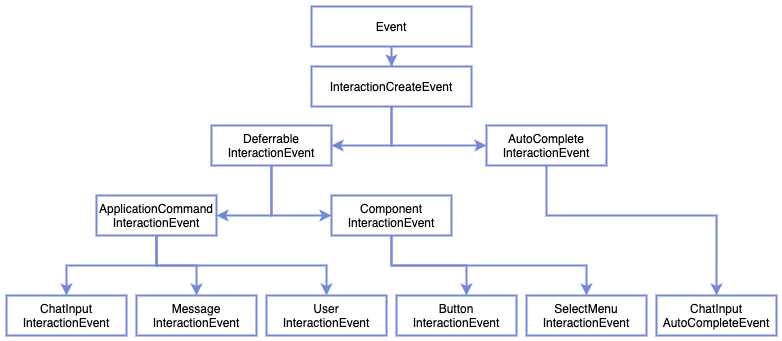
Before: core/src/main/java/discord4j/core/event/domain/interaction/doc-files/InteractionCreateEvent.png, a diagram exported from draw.io (Discord4J/Discord4J). Source tidied: cells renumbered, new cells last; positions are measured from the earlier drawing's top-left corner, leaving out a move shared by most shapes.
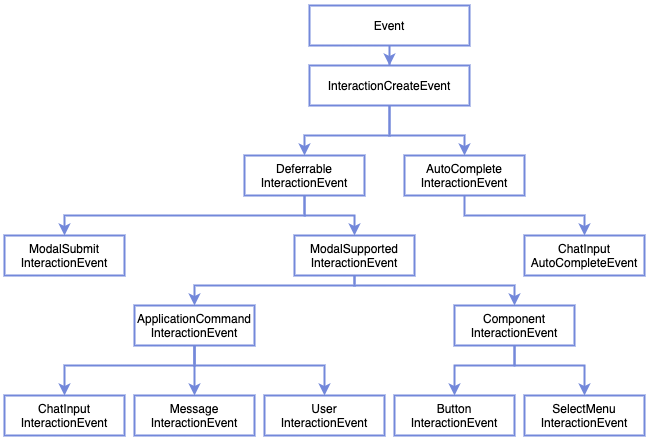
Above is the later version.

Commit message:
Implement modal interaction support

Change to the diagram source:
```diff
@@ -6,93 +6,126 @@
       <mxGeometry relative="1" as="geometry" />
     </mxCell>
     <mxCell id="3" value="Event" style="rounded=0;whiteSpace=wrap;html=1;strokeColor=#7388DA;strokeWidth=2;" parent="1" vertex="1">
-      <mxGeometry x="305" width="160" height="40" as="geometry" />
+      <mxGeometry x="305" y="-11" width="160" height="40" as="geometry" />
     </mxCell>
-    <mxCell id="4" style="edgeStyle=orthogonalEdgeStyle;rounded=0;jettySize=auto;html=1;entryX=1;entryY=0.5;entryDx=0;entryDy=0;strokeColor=#7388DA;strokeWidth=2;" parent="1" edge="1" source="6" target="9">
+    <mxCell id="4" style="edgeStyle=orthogonalEdgeStyle;rounded=0;jettySize=auto;html=1;entryX=0.5;entryY=0;entryDx=0;entryDy=0;strokeColor=#7388DA;strokeWidth=2;" parent="1" edge="1" source="6" target="9">
       <mxGeometry relative="1" as="geometry">
         <Array as="points">
-          <mxPoint x="385" y="139" />
+          <mxPoint x="385" y="119" />
+          <mxPoint x="300" y="119" />
         </Array>
       </mxGeometry>
     </mxCell>
-    <mxCell id="5" style="edgeStyle=orthogonalEdgeStyle;rounded=0;jettySize=auto;html=1;entryX=0;entryY=0.5;entryDx=0;entryDy=0;strokeColor=#7388DA;strokeWidth=2;" parent="1" edge="1" source="6" target="11">
+    <mxCell id="5" style="edgeStyle=orthogonalEdgeStyle;rounded=0;jettySize=auto;html=1;entryX=0.5;entryY=0;entryDx=0;entryDy=0;strokeColor=#7388DA;strokeWidth=2;" parent="1" edge="1" source="6" target="11">
       <mxGeometry relative="1" as="geometry">
         <Array as="points">
-          <mxPoint x="385" y="139" />
+          <mxPoint x="385" y="119" />
+          <mxPoint x="460" y="119" />
         </Array>
       </mxGeometry>
     </mxCell>
     <mxCell id="6" value="InteractionCreateEvent" style="rounded=0;whiteSpace=wrap;html=1;strokeColor=#7388DA;strokeWidth=2;" parent="1" vertex="1">
-      <mxGeometry x="305" y="60" width="160" height="40" as="geometry" />
+      <mxGeometry x="305" y="49" width="160" height="40" as="geometry" />
     </mxCell>
-    <mxCell id="7" style="edgeStyle=orthogonalEdgeStyle;rounded=0;jettySize=auto;html=1;entryX=0;entryY=0.5;entryDx=0;entryDy=0;strokeColor=#7388DA;strokeWidth=2;" parent="1" edge="1" source="9" target="21">
-      <mxGeometry relative="1" as="geometry" />
-    </mxCell>
-    <mxCell id="8" style="edgeStyle=orthogonalEdgeStyle;rounded=0;jettySize=auto;html=1;entryX=1;entryY=0.5;entryDx=0;entryDy=0;strokeColor=#7388DA;strokeWidth=2;" parent="1" edge="1" source="9" target="15">
-      <mxGeometry relative="1" as="geometry" />
-    </mxCell>
+    <mxCell id="25" style="edgeStyle=orthogonalEdgeStyle;rounded=0;jettySize=auto;html=1;strokeColor=#7388DA;strokeWidth=2;" parent="1" edge="1" source="9" target="27">
+      <mxGeometry relative="1" as="geometry">
+        <Array as="points">
+          <mxPoint x="300" y="199" />
+        </Array>
+      </mxGeometry>
+    </mxCell>
+    <mxCell id="26" style="edgeStyle=orthogonalEdgeStyle;rounded=0;jettySize=auto;html=1;entryX=0.5;entryY=0;entryDx=0;entryDy=0;strokeColor=#7388DA;strokeWidth=2;" parent="1" edge="1" source="9" target="30">
+      <mxGeometry relative="1" as="geometry" />
+    </mxCell>
     <mxCell id="9" value="Deferrable&lt;br&gt;InteractionEvent" style="rounded=0;whiteSpace=wrap;html=1;strokeColor=#7388DA;strokeWidth=2;" parent="1" vertex="1">
-      <mxGeometry x="205" y="119" width="120" height="40" as="geometry" />
+      <mxGeometry x="240" y="139" width="120" height="40" as="geometry" />
     </mxCell>
     <mxCell id="10" style="edgeStyle=orthogonalEdgeStyle;rounded=0;jettySize=auto;html=1;entryX=0.5;entryY=0;entryDx=0;entryDy=0;strokeColor=#7388DA;strokeWidth=2;" parent="1" edge="1" source="11" target="24">
-      <mxGeometry relative="1" as="geometry">
-        <Array as="points">
-          <mxPoint x="540" y="209" />
-          <mxPoint x="710" y="209" />
-        </Array>
-      </mxGeometry>
+      <mxGeometry relative="1" as="geometry" />
     </mxCell>
     <mxCell id="11" value="AutoComplete&lt;br&gt;InteractionEvent" style="rounded=0;whiteSpace=wrap;html=1;strokeColor=#7388DA;strokeWidth=2;" parent="1" vertex="1">
-      <mxGeometry x="480" y="119" width="120" height="40" as="geometry" />
+      <mxGeometry x="400" y="139" width="120" height="40" as="geometry" />
     </mxCell>
+    <mxCell id="13" style="edgeStyle=orthogonalEdgeStyle;rounded=0;jettySize=auto;html=1;entryX=0.5;entryY=0;entryDx=0;entryDy=0;strokeColor=#7388DA;strokeWidth=2;" parent="1" edge="1" source="15" target="17">
+      <mxGeometry relative="1" as="geometry" />
+    </mxCell>
     <mxCell id="12" style="edgeStyle=orthogonalEdgeStyle;rounded=0;jettySize=auto;html=1;entryX=0.5;entryY=0;entryDx=0;entryDy=0;strokeColor=#7388DA;strokeWidth=2;" parent="1" edge="1" source="15" target="16">
-      <mxGeometry relative="1" as="geometry" />
+      <mxGeometry relative="1" as="geometry">
+        <Array as="points">
+          <mxPoint x="190" y="349" />
+          <mxPoint x="60" y="349" />
+        </Array>
+      </mxGeometry>
     </mxCell>
-    <mxCell id="13" style="edgeStyle=orthogonalEdgeStyle;rounded=0;jettySize=auto;html=1;entryX=0.5;entryY=0;entryDx=0;entryDy=0;strokeColor=#7388DA;strokeWidth=2;" parent="1" edge="1" source="15" target="17">
-      <mxGeometry relative="1" as="geometry" />
-    </mxCell>
     <mxCell id="14" style="edgeStyle=orthogonalEdgeStyle;rounded=0;jettySize=auto;html=1;entryX=0.5;entryY=0;entryDx=0;entryDy=0;strokeColor=#7388DA;strokeWidth=2;" parent="1" edge="1" source="15" target="18">
       <mxGeometry relative="1" as="geometry">
         <Array as="points">
-          <mxPoint x="150" y="259" />
-          <mxPoint x="320" y="259" />
+          <mxPoint x="190" y="349" />
+          <mxPoint x="320" y="349" />
         </Array>
       </mxGeometry>
     </mxCell>
     <mxCell id="15" value="ApplicationCommand&lt;br&gt;InteractionEvent" style="rounded=0;whiteSpace=wrap;html=1;strokeColor=#7388DA;strokeWidth=2;" parent="1" vertex="1">
-      <mxGeometry x="90" y="189" width="120" height="40" as="geometry" />
+      <mxGeometry x="130" y="289" width="120" height="40" as="geometry" />
     </mxCell>
     <mxCell id="16" value="ChatInput&lt;br&gt;InteractionEvent" style="rounded=0;whiteSpace=wrap;html=1;strokeColor=#7388DA;strokeWidth=2;" parent="1" vertex="1">
-      <mxGeometry y="289" width="120" height="40" as="geometry" />
+      <mxGeometry y="379" width="120" height="40" as="geometry" />
     </mxCell>
     <mxCell id="17" value="Message&lt;br&gt;InteractionEvent" style="rounded=0;whiteSpace=wrap;html=1;strokeColor=#7388DA;strokeWidth=2;" parent="1" vertex="1">
-      <mxGeometry x="130" y="289" width="120" height="40" as="geometry" />
+      <mxGeometry x="130" y="379" width="120" height="40" as="geometry" />
     </mxCell>
     <mxCell id="18" value="User&lt;br&gt;InteractionEvent" style="rounded=0;whiteSpace=wrap;html=1;strokeColor=#7388DA;strokeWidth=2;" parent="1" vertex="1">
-      <mxGeometry x="260" y="289" width="120" height="40" as="geometry" />
+      <mxGeometry x="260" y="379" width="120" height="40" as="geometry" />
     </mxCell>
-    <mxCell id="19" style="edgeStyle=orthogonalEdgeStyle;rounded=0;jettySize=auto;html=1;entryX=0.583;entryY=0;entryDx=0;entryDy=0;entryPerimeter=0;strokeColor=#7388DA;strokeWidth=2;" parent="1" edge="1" source="21" target="22">
-      <mxGeometry relative="1" as="geometry" />
+    <mxCell id="19" style="edgeStyle=orthogonalEdgeStyle;rounded=0;jettySize=auto;html=1;entryX=0.5;entryY=0;entryDx=0;entryDy=0;strokeColor=#7388DA;strokeWidth=2;" parent="1" edge="1" source="21" target="22">
+      <mxGeometry relative="1" as="geometry">
+        <Array as="points">
+          <mxPoint x="510" y="349" />
+          <mxPoint x="450" y="349" />
+        </Array>
+      </mxGeometry>
     </mxCell>
     <mxCell id="20" style="edgeStyle=orthogonalEdgeStyle;rounded=0;jettySize=auto;html=1;entryX=0.5;entryY=0;entryDx=0;entryDy=0;strokeColor=#7388DA;strokeWidth=2;" parent="1" edge="1" source="21" target="23">
       <mxGeometry relative="1" as="geometry">
         <Array as="points">
-          <mxPoint x="385" y="259" />
-          <mxPoint x="580" y="259" />
+          <mxPoint x="510" y="349" />
+          <mxPoint x="580" y="349" />
         </Array>
       </mxGeometry>
     </mxCell>
     <mxCell id="21" value="Component&lt;br&gt;InteractionEvent" style="rounded=0;whiteSpace=wrap;html=1;strokeColor=#7388DA;strokeWidth=2;" parent="1" vertex="1">
-      <mxGeometry x="325" y="189" width="120" height="40" as="geometry" />
+      <mxGeometry x="450" y="289" width="120" height="40" as="geometry" />
     </mxCell>
     <mxCell id="22" value="Button&lt;br&gt;InteractionEvent" style="rounded=0;whiteSpace=wrap;html=1;strokeColor=#7388DA;strokeWidth=2;" parent="1" vertex="1">
-      <mxGeometry x="390" y="289" width="120" height="40" as="geometry" />
+      <mxGeometry x="390" y="379" width="120" height="40" as="geometry" />
     </mxCell>
     <mxCell id="23" value="SelectMenu&lt;br&gt;InteractionEvent" style="rounded=0;whiteSpace=wrap;html=1;strokeColor=#7388DA;strokeWidth=2;" parent="1" vertex="1">
-      <mxGeometry x="520" y="289" width="120" height="40" as="geometry" />
+      <mxGeometry x="520" y="379" width="120" height="40" as="geometry" />
     </mxCell>
     <mxCell id="24" value="ChatInput&lt;br&gt;AutoCompleteEvent" style="rounded=0;whiteSpace=wrap;html=1;strokeColor=#7388DA;strokeWidth=2;" parent="1" vertex="1">
-      <mxGeometry x="650" y="289" width="120" height="40" as="geometry" />
+      <mxGeometry x="520" y="219" width="120" height="40" as="geometry" />
     </mxCell>
+    <mxCell id="27" value="ModalSubmit&lt;br&gt;InteractionEvent" style="rounded=0;whiteSpace=wrap;html=1;strokeColor=#7388DA;strokeWidth=2;" parent="1" vertex="1">
+      <mxGeometry y="219" width="120" height="40" as="geometry" />
+    </mxCell>
+    <mxCell id="28" style="edgeStyle=orthogonalEdgeStyle;rounded=0;jettySize=auto;html=1;entryX=0.5;entryY=0;entryDx=0;entryDy=0;strokeColor=#7388DA;strokeWidth=2;" parent="1" edge="1" source="30" target="21">
+      <mxGeometry relative="1" as="geometry">
+        <Array as="points">
+          <mxPoint x="350" y="269" />
+          <mxPoint x="510" y="269" />
+        </Array>
+      </mxGeometry>
+    </mxCell>
+    <mxCell id="29" style="edgeStyle=orthogonalEdgeStyle;rounded=0;jettySize=auto;html=1;strokeColor=#7388DA;strokeWidth=2;" parent="1" edge="1" source="30" target="15">
+      <mxGeometry relative="1" as="geometry">
+        <Array as="points">
+          <mxPoint x="350" y="269" />
+          <mxPoint x="190" y="269" />
+        </Array>
+      </mxGeometry>
+    </mxCell>
+    <mxCell id="30" value="ModalSupported&lt;br&gt;InteractionEvent" style="rounded=0;whiteSpace=wrap;html=1;strokeColor=#7388DA;strokeWidth=2;" parent="1" vertex="1">
+      <mxGeometry x="290" y="219" width="120" height="40" as="geometry" />
+    </mxCell>
   </root>
 </mxGraphModel>
```
